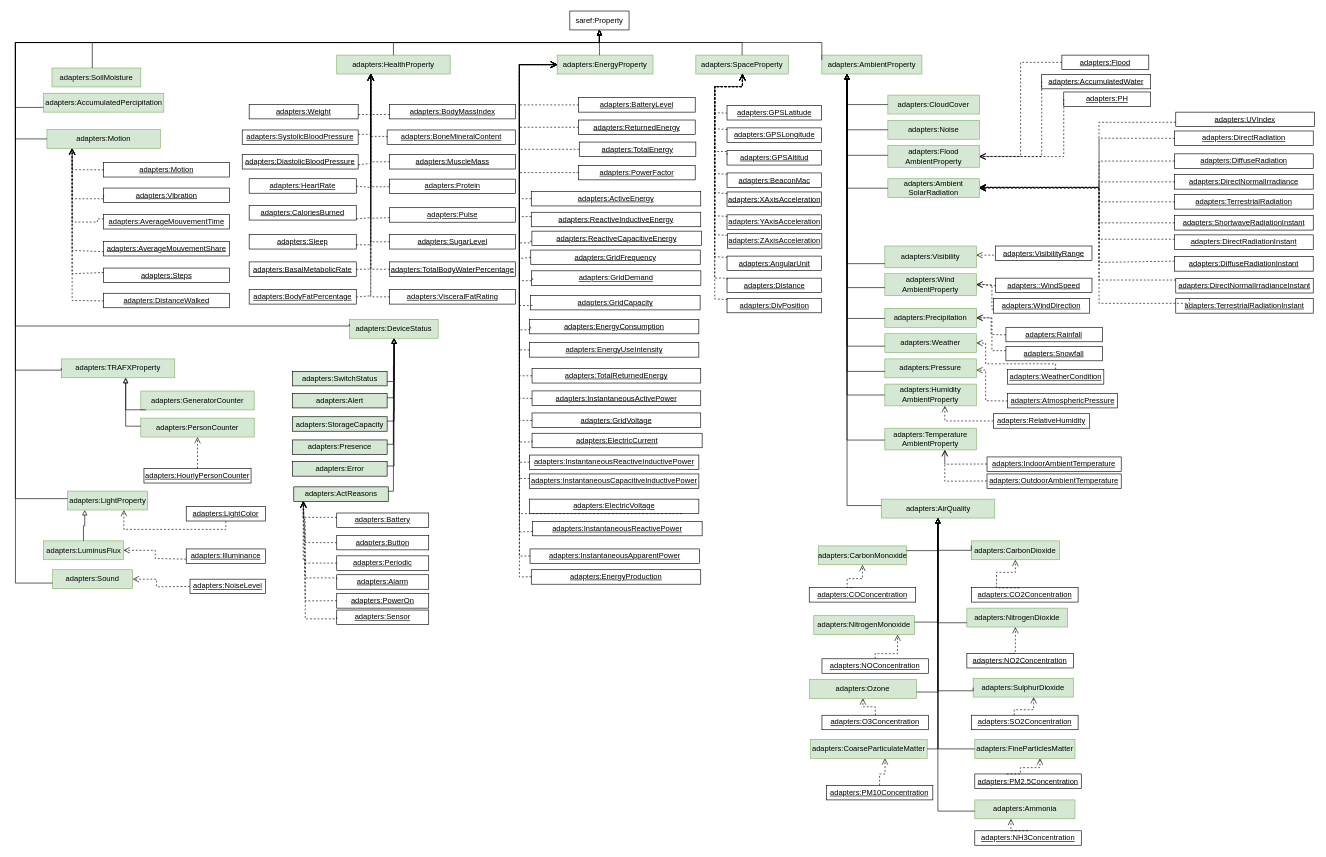
Earlier version of the draw.io diagram Diagrams/properties.drawio (oeg-upm/auroral-adapters-ontology). Source tidied: cells renumbered, new cells numbered last; positions are measured from the earlier drawing's top-left corner, leaving out a move shared by most shapes. Both pictures are drawn from the tidied source at 63%, with x=0, y=0 at pixel (15, 11).
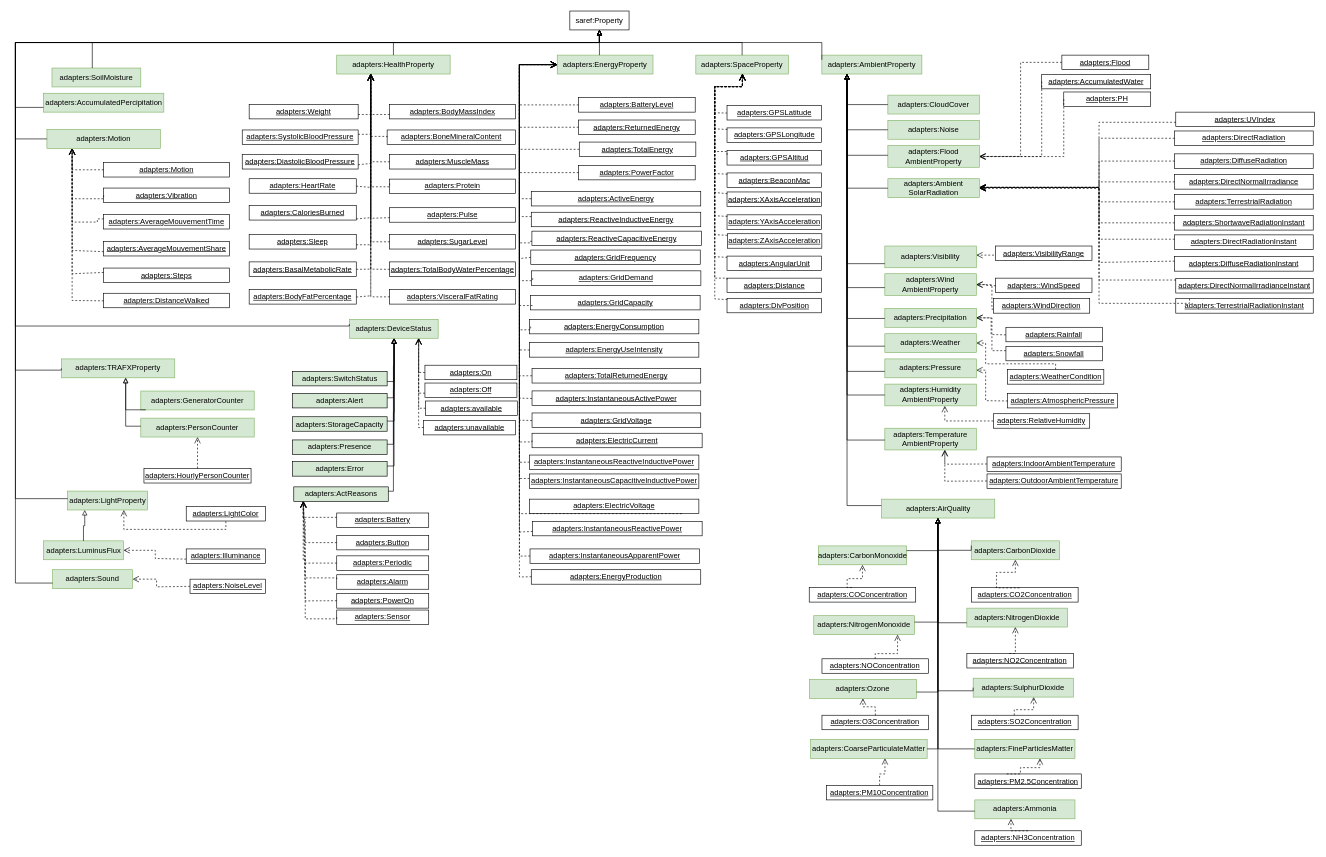
The same page after the edit.

The change refers to these unchanged cells:
```xml
<mxCell id="7" value="adapters:DeviceStatus" style="rounded=0;whiteSpace=wrap;html=1;fillColor=#D5E8D4;strokeColor=#82b366;" parent="1" vertex="1">
  <mxGeometry x="530" y="489.4" width="141" height="30" as="geometry" />
</mxCell>
```

The edit, as a diff of the source:
```diff
@@
+    <mxCell id="277" value="&lt;u&gt;adapters:Off&lt;/u&gt;" style="rounded=0;whiteSpace=wrap;html=1;snapToPoint=1;points=[[0.1,0],[0.2,0],[0.3,0],[0.4,0],[0.5,0],[0.6,0],[0.7,0],[0.8,0],[0.9,0],[0,0.1],[0,0.3],[0,0.5],[0,0.7],[0,0.9],[0.1,1],[0.2,1],[0.3,1],[0.4,1],[0.5,1],[0.6,1],[0.7,1],[0.8,1],[0.9,1],[1,0.1],[1,0.3],[1,0.5],[1,0.7],[1,0.9]];" parent="1" vertex="1">
+      <mxGeometry x="650" y="590.5" width="146" height="23" as="geometry" />
+    </mxCell>
+    <mxCell id="278" value="&lt;u&gt;adapters:On&lt;/u&gt;" style="rounded=0;whiteSpace=wrap;html=1;snapToPoint=1;points=[[0.1,0],[0.2,0],[0.3,0],[0.4,0],[0.5,0],[0.6,0],[0.7,0],[0.8,0],[0.9,0],[0,0.1],[0,0.3],[0,0.5],[0,0.7],[0,0.9],[0.1,1],[0.2,1],[0.3,1],[0.4,1],[0.5,1],[0.6,1],[0.7,1],[0.8,1],[0.9,1],[1,0.1],[1,0.3],[1,0.5],[1,0.7],[1,0.9]];" parent="1" vertex="1">
+      <mxGeometry x="650" y="562.2" width="146" height="23" as="geometry" />
+    </mxCell>
+    <mxCell id="279" value="&lt;u&gt;adapters:available&lt;/u&gt;" style="rounded=0;whiteSpace=wrap;html=1;snapToPoint=1;points=[[0.1,0],[0.2,0],[0.3,0],[0.4,0],[0.5,0],[0.6,0],[0.7,0],[0.8,0],[0.9,0],[0,0.1],[0,0.3],[0,0.5],[0,0.7],[0,0.9],[0.1,1],[0.2,1],[0.3,1],[0.4,1],[0.5,1],[0.6,1],[0.7,1],[0.8,1],[0.9,1],[1,0.1],[1,0.3],[1,0.5],[1,0.7],[1,0.9]];" parent="1" vertex="1">
+      <mxGeometry x="651" y="619" width="146" height="23" as="geometry" />
+    </mxCell>
+    <mxCell id="280" value="&lt;u&gt;adapters:unavailable&lt;/u&gt;" style="rounded=0;whiteSpace=wrap;html=1;snapToPoint=1;points=[[0.1,0],[0.2,0],[0.3,0],[0.4,0],[0.5,0],[0.6,0],[0.7,0],[0.8,0],[0.9,0],[0,0.1],[0,0.3],[0,0.5],[0,0.7],[0,0.9],[0.1,1],[0.2,1],[0.3,1],[0.4,1],[0.5,1],[0.6,1],[0.7,1],[0.8,1],[0.9,1],[1,0.1],[1,0.3],[1,0.5],[1,0.7],[1,0.9]];" parent="1" vertex="1">
+      <mxGeometry x="648" y="649.8" width="146" height="23" as="geometry" />
+    </mxCell>
+    <mxCell id="281" style="endArrow=open;html=1;fontColor=#000099;endFill=0;dashed=1;endSize=8;exitX=0;exitY=0.5;exitDx=0;exitDy=0;edgeStyle=orthogonalEdgeStyle;arcSize=0;" parent="1" edge="1" source="278" target="7">
+      <mxGeometry relative="1" as="geometry">
+        <Array as="points">
+          <mxPoint x="640" y="574" />
+        </Array>
+      </mxGeometry>
+    </mxCell>
+    <mxCell id="282" style="endArrow=open;html=1;fontColor=#000099;endFill=0;dashed=1;endSize=8;exitX=0;exitY=0.7;exitDx=0;exitDy=0;edgeStyle=orthogonalEdgeStyle;arcSize=0;" parent="1" edge="1" source="277" target="7">
+      <mxGeometry relative="1" as="geometry">
+        <Array as="points">
+          <mxPoint x="640" y="607" />
+        </Array>
+      </mxGeometry>
+    </mxCell>
+    <mxCell id="283" style="endArrow=open;html=1;fontColor=#000099;endFill=0;dashed=1;endSize=8;exitX=0;exitY=0.5;exitDx=0;exitDy=0;edgeStyle=orthogonalEdgeStyle;arcSize=0;" parent="1" edge="1" source="279" target="7">
+      <mxGeometry relative="1" as="geometry">
+        <Array as="points">
+          <mxPoint x="640" y="631" />
+        </Array>
+      </mxGeometry>
+    </mxCell>
+    <mxCell id="284" style="endArrow=open;html=1;fontColor=#000099;endFill=0;dashed=1;endSize=8;edgeStyle=orthogonalEdgeStyle;arcSize=0;" parent="1" edge="1" source="280" target="7">
+      <mxGeometry relative="1" as="geometry">
+        <Array as="points">
+          <mxPoint x="640" y="661" />
+        </Array>
+      </mxGeometry>
+    </mxCell>
```
